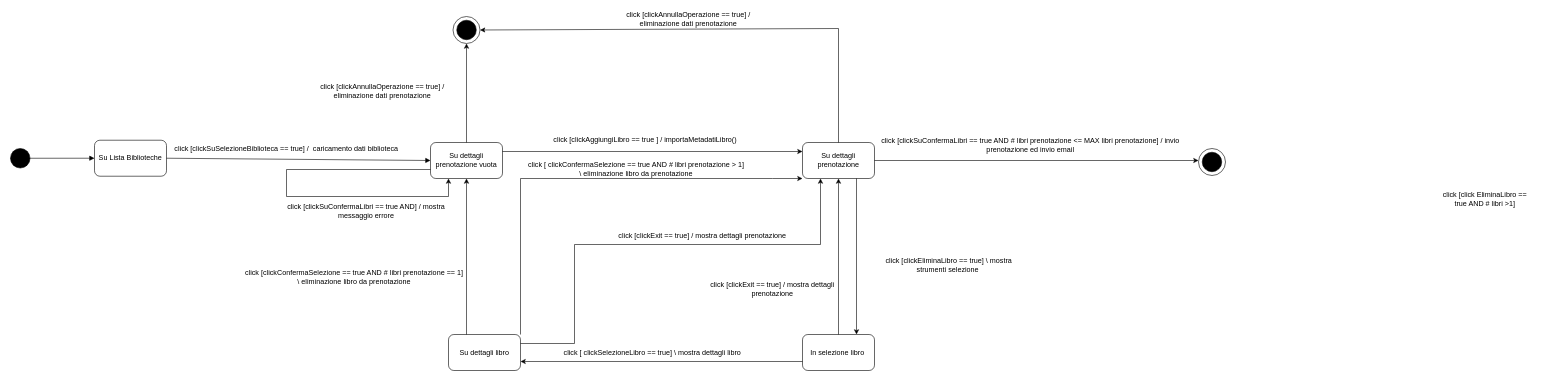
Before: Elaborati Progettazione/Prenota Libro/Diagramma a stati/Prenota libro - stati.drawio in Tom-n7/progettoMurakami, a draw.io diagram. Source tidied: cells renumbered, new cells numbered last; positions are measured from the earlier drawing's top-left corner, leaving out a move shared by most shapes. Both pictures are drawn from the tidied source at 60%, with x=0, y=0 at pixel (10, 10).
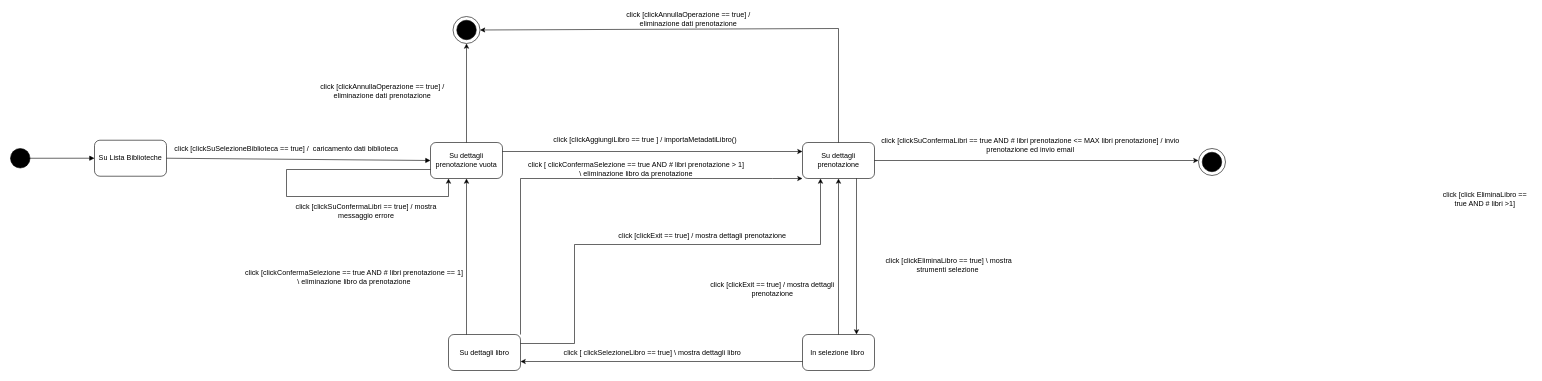
After the change.

Change to the diagram source:
```diff
@@
-    <mxCell id="11" value="click [clickSuConfermaLibri == true AND] / mostra messaggio errore" style="text;html=1;strokeColor=none;fillColor=none;align=center;verticalAlign=middle;whiteSpace=wrap;rounded=0;" parent="1" vertex="1">
+    <mxCell id="11" value="click [clickSuConfermaLibri == true] / mostra messaggio errore" style="text;html=1;strokeColor=none;fillColor=none;align=center;verticalAlign=middle;whiteSpace=wrap;rounded=0;" parent="1" vertex="1">
       <mxGeometry x="447.5" y="320" width="290" height="30" as="geometry" />
     </mxCell>
```
